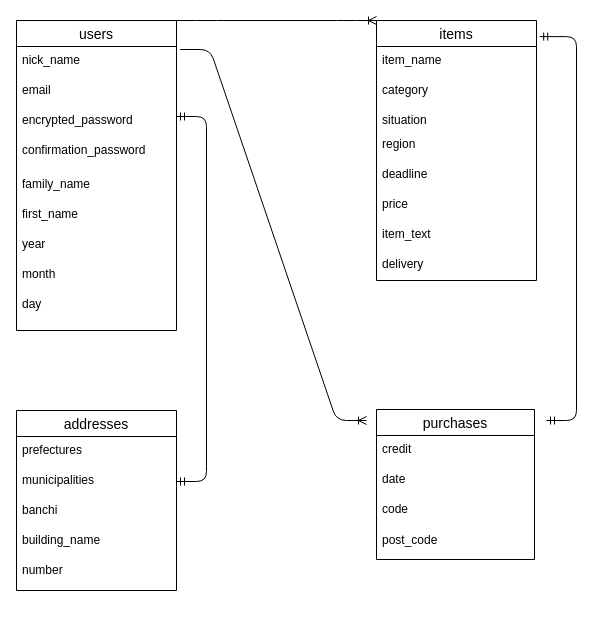
kei422211613/furima-39092 keeps this draw.io diagram as app/text.dio. Above is the earlier version. Source tidied: cells renumbered, new cells numbered last; positions are measured from the earlier drawing's top-left corner, leaving out a move shared by most shapes. Both pictures are drawn from the tidied source at 100%, with x=0, y=0 at pixel (16, 20).
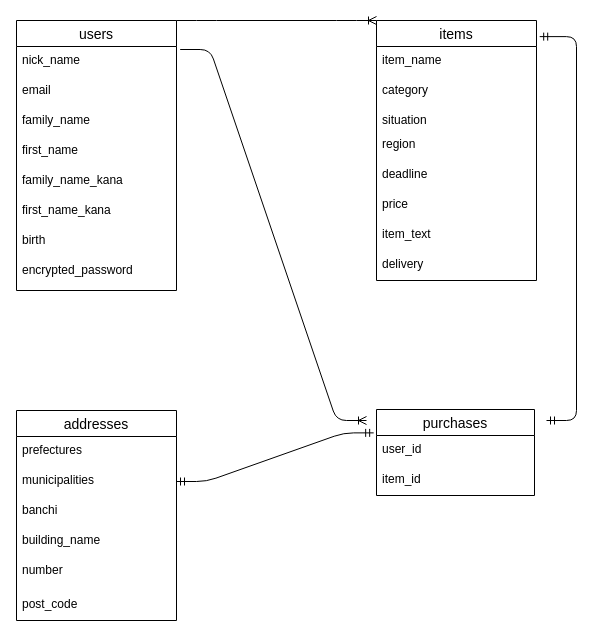
The same page after the edit.

Commit message (it also covers changes not shown here):
データベース設計　修正3

Unchanged cells that the change refers to:
```xml
<mxCell id="25" value="municipalities" style="text;strokeColor=none;fillColor=none;spacingLeft=4;spacingRight=4;overflow=hidden;points=[[0,0.5],[1,0.5]];portConstraint=eastwest;fontSize=12;" parent="23" vertex="1">
  <mxGeometry y="56" width="160" height="30" as="geometry" />
</mxCell>
```

Change to the diagram source:
```diff
@@
     <mxCell id="2" value="users" style="swimlane;fontStyle=0;horizontal=1;startSize=26;align=center;fontSize=14;" parent="1" vertex="1">
-      <mxGeometry width="160" height="310" as="geometry" />
+      <mxGeometry width="160" height="270" as="geometry" />
     </mxCell>
@@
+    <mxCell id="28" value="family_name" style="text;strokeColor=none;fillColor=none;spacingLeft=4;spacingRight=4;overflow=hidden;fontSize=12;" parent="2" vertex="1">
+      <mxGeometry y="86" width="160" height="30" as="geometry" />
+    </mxCell>
+    <mxCell id="6" value="first_name" style="text;strokeColor=none;fillColor=none;spacingLeft=4;spacingRight=4;overflow=hidden;fontSize=12;" parent="2" vertex="1">
+      <mxGeometry y="116" width="160" height="30" as="geometry" />
+    </mxCell>
+    <mxCell id="36" value="family_name_kana" style="text;strokeColor=none;fillColor=none;spacingLeft=4;spacingRight=4;overflow=hidden;fontSize=12;" parent="2" vertex="1">
+      <mxGeometry y="146" width="160" height="30" as="geometry" />
+    </mxCell>
+    <mxCell id="37" value="first_name_kana" style="text;strokeColor=none;fillColor=none;spacingLeft=4;spacingRight=4;overflow=hidden;fontSize=12;" parent="2" vertex="1">
+      <mxGeometry y="176" width="160" height="30" as="geometry" />
+    </mxCell>
+    <mxCell id="38" value="birth" style="text;strokeColor=none;fillColor=none;spacingLeft=4;spacingRight=4;overflow=hidden;fontSize=12;" parent="2" vertex="1">
+      <mxGeometry y="206" width="160" height="30" as="geometry" />
+    </mxCell>
     <mxCell id="5" value="encrypted_password" style="text;strokeColor=none;fillColor=none;spacingLeft=4;spacingRight=4;overflow=hidden;fontSize=12;" parent="2" vertex="1">
-      <mxGeometry y="86" width="160" height="94" as="geometry" />
+      <mxGeometry y="236" width="160" height="34" as="geometry" />
     </mxCell>
-    <mxCell id="6" value="first_name" style="text;strokeColor=none;fillColor=none;spacingLeft=4;spacingRight=4;overflow=hidden;fontSize=12;" parent="2" vertex="1">
-      <mxGeometry y="180" width="160" height="30" as="geometry" />
-    </mxCell>
-    <mxCell id="7" value="year " style="text;strokeColor=none;fillColor=none;spacingLeft=4;spacingRight=4;overflow=hidden;fontSize=12;" parent="2" vertex="1">
-      <mxGeometry y="210" width="160" height="30" as="geometry" />
-    </mxCell>
-    <mxCell id="8" value="month" style="text;strokeColor=none;fillColor=none;spacingLeft=4;spacingRight=4;overflow=hidden;fontSize=12;" parent="2" vertex="1">
-      <mxGeometry y="240" width="160" height="30" as="geometry" />
-    </mxCell>
-    <mxCell id="9" value="day" style="text;strokeColor=none;fillColor=none;spacingLeft=4;spacingRight=4;overflow=hidden;fontSize=12;" parent="2" vertex="1">
-      <mxGeometry y="270" width="160" height="40" as="geometry" />
-    </mxCell>
     <mxCell id="10" value="purchases" style="swimlane;fontStyle=0;horizontal=1;startSize=26;align=center;fontSize=14;" parent="1" vertex="1">
-      <mxGeometry x="360" y="389" width="158" height="150" as="geometry" />
+      <mxGeometry x="360" y="389" width="158" height="86" as="geometry" />
     </mxCell>
-    <mxCell id="11" value="credit" style="text;strokeColor=none;fillColor=none;spacingLeft=4;spacingRight=4;overflow=hidden;points=[[0,0.5],[1,0.5]];portConstraint=eastwest;fontSize=12;" parent="10" vertex="1">
+    <mxCell id="11" value="user_id" style="text;strokeColor=none;fillColor=none;spacingLeft=4;spacingRight=4;overflow=hidden;points=[[0,0.5],[1,0.5]];portConstraint=eastwest;fontSize=12;" parent="10" vertex="1">
       <mxGeometry y="26" width="158" height="30" as="geometry" />
     </mxCell>
-    <mxCell id="12" value="date" style="text;strokeColor=none;fillColor=none;spacingLeft=4;spacingRight=4;overflow=hidden;fontSize=12;" parent="10" vertex="1">
+    <mxCell id="12" value="item_id" style="text;strokeColor=none;fillColor=none;spacingLeft=4;spacingRight=4;overflow=hidden;fontSize=12;" parent="10" vertex="1">
       <mxGeometry y="56" width="158" height="30" as="geometry" />
     </mxCell>
-    <mxCell id="13" value="code" style="text;strokeColor=none;fillColor=none;spacingLeft=4;spacingRight=4;overflow=hidden;fontSize=12;" parent="10" vertex="1">
-      <mxGeometry y="86" width="158" height="64" as="geometry" />
-    </mxCell>
@@
     <mxCell id="23" value="addresses" style="swimlane;fontStyle=0;horizontal=1;startSize=26;align=center;fontSize=14;" parent="1" vertex="1">
-      <mxGeometry y="390" width="160" height="180" as="geometry" />
+      <mxGeometry y="390" width="160" height="210" as="geometry" />
     </mxCell>
@@
-    <mxCell id="28" value="family_name" style="text;strokeColor=none;fillColor=none;spacingLeft=4;spacingRight=4;overflow=hidden;fontSize=12;" parent="1" vertex="1">
-      <mxGeometry y="150" width="130" height="30" as="geometry" />
-    </mxCell>
-    <mxCell id="29" value="confirmation_password" style="text;strokeColor=none;fillColor=none;spacingLeft=4;spacingRight=4;overflow=hidden;fontSize=12;" parent="1" vertex="1">
-      <mxGeometry y="116" width="140" height="30" as="geometry" />
-    </mxCell>
-    <mxCell id="30" value="post_code" style="text;strokeColor=none;fillColor=none;spacingLeft=4;spacingRight=4;overflow=hidden;fontSize=12;" parent="1" vertex="1">
-      <mxGeometry x="360" y="506" width="110" height="30" as="geometry" />
+    <mxCell id="30" value="post_code" style="text;strokeColor=none;fillColor=none;spacingLeft=4;spacingRight=4;overflow=hidden;fontSize=12;" parent="23" vertex="1">
+      <mxGeometry y="180" width="160" height="30" as="geometry" />
     </mxCell>
@@
-    <mxCell id="32" style="edgeStyle=entityRelationEdgeStyle;fontSize=12;html=1;endArrow=ERmandOne;startArrow=ERmandOne;entryX=1;entryY=0.5;entryDx=0;entryDy=0;" parent="1" edge="1" target="25">
-      <mxGeometry relative="1" as="geometry">
-        <mxPoint x="160" y="96" as="sourcePoint" />
-      </mxGeometry>
+    <mxCell id="32" style="edgeStyle=entityRelationEdgeStyle;fontSize=12;html=1;endArrow=ERmandOne;startArrow=ERmandOne;entryX=1;entryY=0.5;entryDx=0;entryDy=0;exitX=-0.018;exitY=-0.087;exitDx=0;exitDy=0;exitPerimeter=0;" parent="1" edge="1" source="11" target="25">
+      <mxGeometry relative="1" as="geometry" />
     </mxCell>
```
